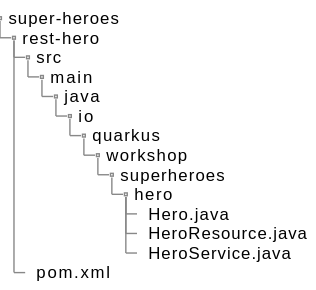
Above: target/hero-transaction-orm-directory-structure.svg in cescoffier/quarkus-openshift-workshop (PlantUML), before the change. The source it was exported from:
```plantuml
@startsalt
{
{
T
super-heroes
+  rest-hero
++  src
+++  main
++++  java
+++++  io
++++++  quarkus
+++++++  workshop
++++++++  superheroes
+++++++++  hero
++++++++++  Hero.java
++++++++++  HeroResource.java
++++++++++  HeroService.java
++  pom.xml
}
}
@endsalt
```
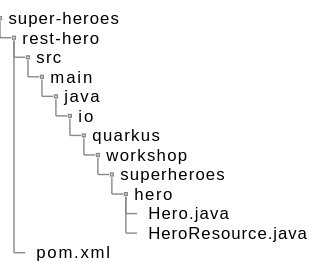
After the commit.

Diff of the diagram source:
```diff
@@ -14,7 +14,6 @@
 +++++++++  hero
 ++++++++++  Hero.java
 ++++++++++  HeroResource.java
-++++++++++  HeroService.java
 ++  pom.xml
 }
 }
```
